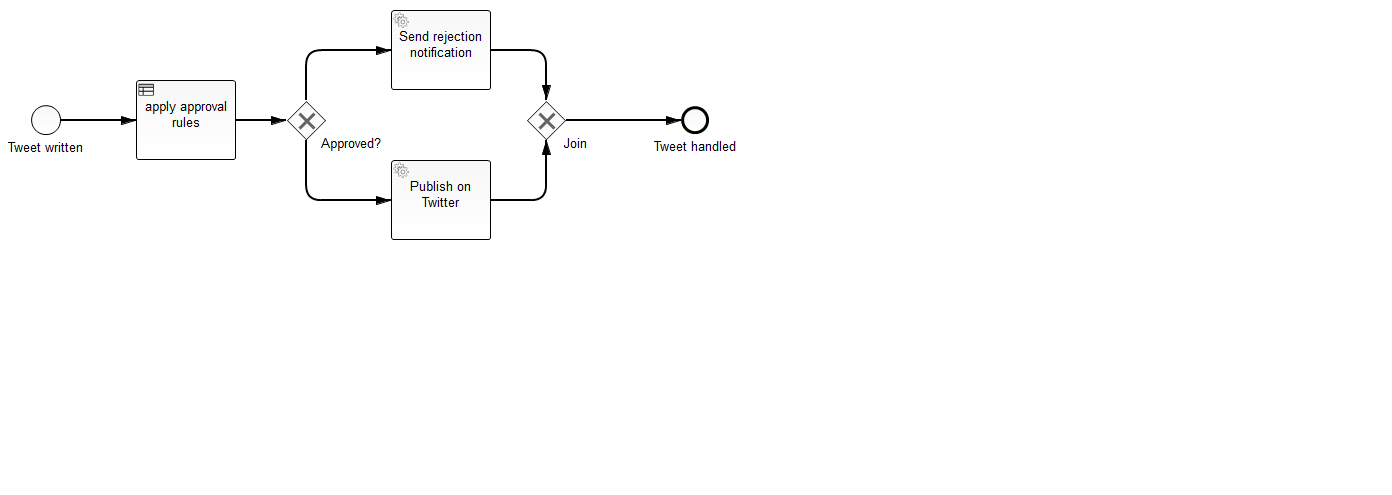
Before: showcases/twitter-drools/src/main/resources/TwitterDemoProcess.png, a diagram exported from BPMN (camunda-consulting/camunda-7-code-examples). Its source is kept beside it as showcases/twitter-drools/src/main/resources/TwitterDemoProcess.bpmn. Ids are renumbered.
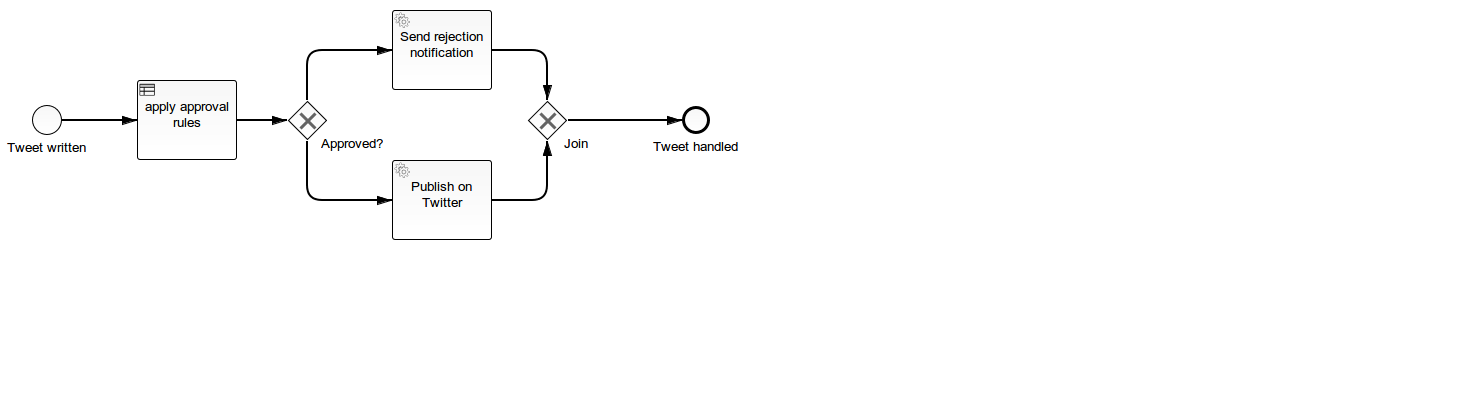
Later version of the same file.

Commit message:
Switch to field injected syntax supported in modeler

Diff of the diagram source:
```diff
@@ -1,4 +1,4 @@
-<definitions xmlns:xsi="http://www.w3.org/2001/XMLSchema-instance" xmlns="http://www.omg.org/spec/BPMN/20100524/MODEL" xmlns:camunda="http://activiti.org/bpmn" xmlns:bpmndi="http://www.omg.org/spec/BPMN/20100524/DI" xmlns:omgdc="http://www.omg.org/spec/DD/20100524/DC" xmlns:omgdi="http://www.omg.org/spec/DD/20100524/DI" xsi:schemaLocation="http://www.omg.org/spec/BPMN/20100524/MODEL BPMN20.xsd" targetNamespace="http://www.signavio.com/bpmn20">
+<definitions xmlns:xsi="http://www.w3.org/2001/XMLSchema-instance" xmlns="http://www.omg.org/spec/BPMN/20100524/MODEL" xmlns:bpmndi="http://www.omg.org/spec/BPMN/20100524/DI" xmlns:camunda="http://activiti.org/bpmn" xmlns:omgdc="http://www.omg.org/spec/DD/20100524/DC" xmlns:omgdi="http://www.omg.org/spec/DD/20100524/DI" xsi:schemaLocation="http://www.omg.org/spec/BPMN/20100524/MODEL BPMN20.xsd" exporter="camunda modeler" exporterVersion="2.6.0" targetNamespace="http://www.signavio.com/bpmn20">
   <process id="TwitterDemoProcessDrools" name="TwitterDemoProcess Drools" isExecutable="true">
     <startEvent id="start_event_new_tweet" camunda:initiator="initiator" camunda:formKey="app:createTweet.jsf" name="Tweet written">
       <outgoing>SequenceFlow_2</outgoing>
@@ -36,8 +36,12 @@
     </endEvent>
     <businessRuleTask id="BusinessRuleTask_1" camunda:class="org.camunda.bpm.example.twitter.DroolsDelegate" name="apply approval rules">
       <extensionElements>
-        <camunda:field name="drlFile" stringValue="rejectionRules.drl"/>
-        <camunda:field name="facts" stringValue="tweet"/>
+        <camunda:field name="drlFile">
+          <camunda:string>rejectionRules.drl</camunda:string>
+        </camunda:field>
+        <camunda:field name="facts">
+          <camunda:string>tweet</camunda:string>
+        </camunda:field>
       </extensionElements>
       <incoming>SequenceFlow_2</incoming>
       <outgoing>SequenceFlow</outgoing>
```
